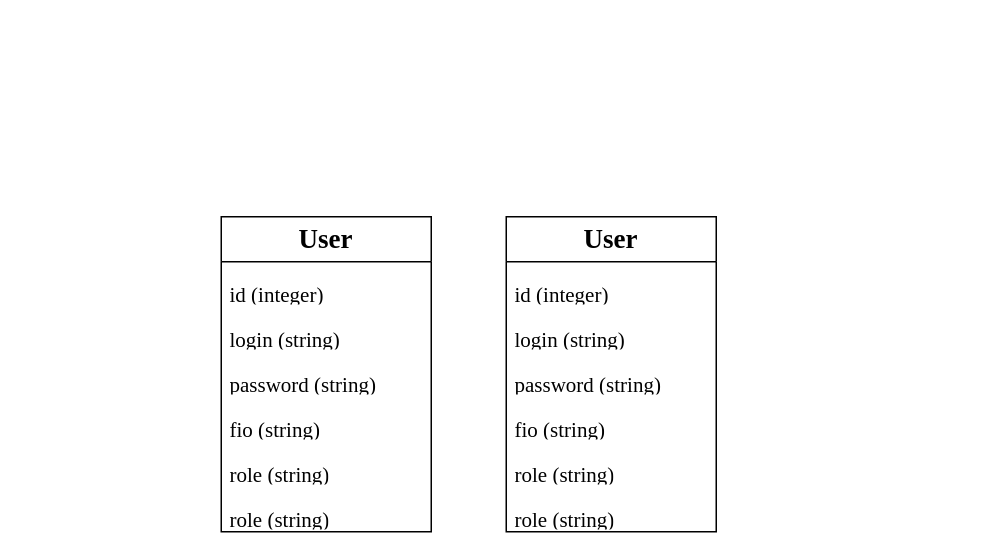
Before: Структура базы данных.drawio in KUZIY/diplom, a draw.io diagram. Source tidied: cells renumbered, new cells numbered last; positions are measured from the earlier drawing's top-left corner, leaving out a move shared by most shapes. Both pictures are drawn from the tidied source at 150%, with x=0, y=0 at pixel (220, 216).
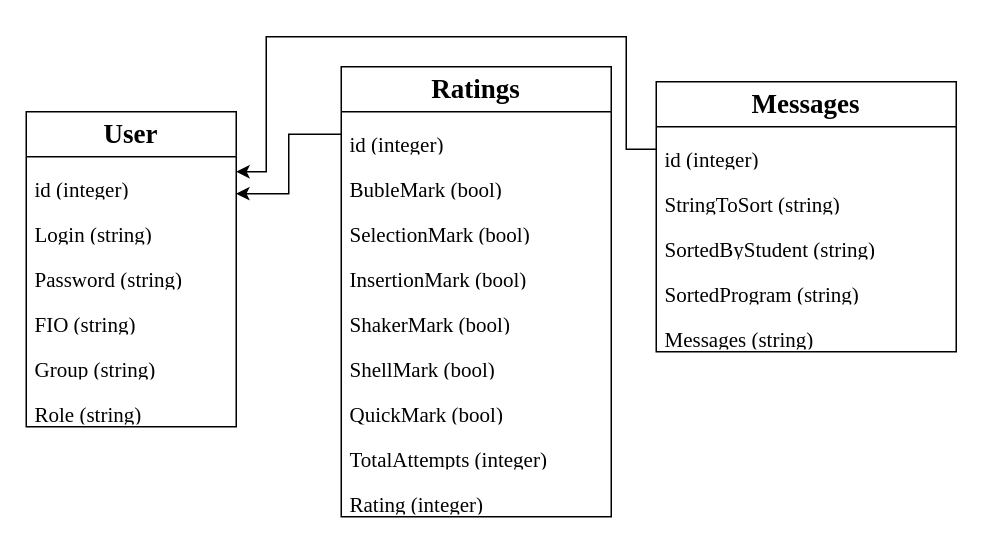
The same diagram, later.

The change refers to these unchanged cells:
```xml
<mxCell id="3" value="&lt;p&gt;&lt;font style=&quot;font-size: 14px;&quot; face=&quot;Times New Roman&quot;&gt;id (integer)&lt;/font&gt;&lt;/p&gt;" style="text;strokeColor=none;fillColor=none;align=left;verticalAlign=middle;spacingLeft=4;spacingRight=4;overflow=hidden;points=[[0,0.5],[1,0.5]];portConstraint=eastwest;whiteSpace=wrap;html=1;" parent="2" vertex="1">
  <mxGeometry y="30" width="140" height="30" as="geometry" />
</mxCell>
```

The edit, as a diff of the source:
```diff
@@
     <mxCell id="2" value="&lt;h2&gt;&lt;font face=&quot;Times New Roman&quot; style=&quot;vertical-align: inherit;&quot;&gt;User&lt;/font&gt;&lt;/h2&gt;" style="swimlane;fontStyle=0;horizontal=1;startSize=30;whiteSpace=wrap;html=1;" parent="1" vertex="1">
-      <mxGeometry width="140" height="210" as="geometry" />
+      <mxGeometry x="-130" y="-70" width="140" height="210" as="geometry" />
     </mxCell>
@@
-    <mxCell id="4" value="&lt;p&gt;&lt;font face=&quot;Times New Roman&quot; style=&quot;font-size: 14px;&quot;&gt;login (string)&lt;/font&gt;&lt;/p&gt;" style="text;strokeColor=none;fillColor=none;align=left;verticalAlign=middle;spacingLeft=4;spacingRight=4;overflow=hidden;whiteSpace=wrap;html=1;" parent="2" vertex="1">
+    <mxCell id="4" value="&lt;p&gt;&lt;font face=&quot;Times New Roman&quot; style=&quot;font-size: 14px;&quot;&gt;Login (string)&lt;/font&gt;&lt;/p&gt;" style="text;strokeColor=none;fillColor=none;align=left;verticalAlign=middle;spacingLeft=4;spacingRight=4;overflow=hidden;whiteSpace=wrap;html=1;" parent="2" vertex="1">
       <mxGeometry y="60" width="140" height="30" as="geometry" />
     </mxCell>
-    <mxCell id="5" value="&lt;p&gt;&lt;font style=&quot;font-size: 14px;&quot; face=&quot;Times New Roman&quot;&gt;password (string)&lt;/font&gt;&lt;/p&gt;" style="text;strokeColor=none;fillColor=none;align=left;verticalAlign=middle;spacingLeft=4;spacingRight=4;overflow=hidden;whiteSpace=wrap;html=1;" parent="2" vertex="1">
+    <mxCell id="5" value="&lt;p&gt;&lt;font style=&quot;font-size: 14px;&quot; face=&quot;Times New Roman&quot;&gt;Password (string)&lt;/font&gt;&lt;/p&gt;" style="text;strokeColor=none;fillColor=none;align=left;verticalAlign=middle;spacingLeft=4;spacingRight=4;overflow=hidden;whiteSpace=wrap;html=1;" parent="2" vertex="1">
       <mxGeometry y="90" width="140" height="30" as="geometry" />
     </mxCell>
-    <mxCell id="6" value="&lt;p&gt;&lt;font style=&quot;font-size: 14px;&quot; face=&quot;Times New Roman&quot;&gt;fio (string)&lt;/font&gt;&lt;/p&gt;" style="text;strokeColor=none;fillColor=none;align=left;verticalAlign=middle;spacingLeft=4;spacingRight=4;overflow=hidden;whiteSpace=wrap;html=1;" parent="2" vertex="1">
+    <mxCell id="6" value="&lt;p&gt;&lt;font style=&quot;font-size: 14px;&quot; face=&quot;Times New Roman&quot;&gt;FIO (string)&lt;/font&gt;&lt;/p&gt;" style="text;strokeColor=none;fillColor=none;align=left;verticalAlign=middle;spacingLeft=4;spacingRight=4;overflow=hidden;whiteSpace=wrap;html=1;" parent="2" vertex="1">
       <mxGeometry y="120" width="140" height="30" as="geometry" />
     </mxCell>
+    <mxCell id="16" value="&lt;p&gt;&lt;font style=&quot;font-size: 14px;&quot; face=&quot;Times New Roman&quot;&gt;Group (string)&lt;/font&gt;&lt;/p&gt;" style="text;strokeColor=none;fillColor=none;align=left;verticalAlign=middle;spacingLeft=4;spacingRight=4;overflow=hidden;whiteSpace=wrap;html=1;" parent="2" vertex="1">
+      <mxGeometry y="150" width="140" height="30" as="geometry" />
+    </mxCell>
-    <mxCell id="7" value="&lt;p&gt;&lt;font style=&quot;font-size: 14px;&quot; face=&quot;Times New Roman&quot;&gt;role (string)&lt;/font&gt;&lt;/p&gt;" style="text;strokeColor=none;fillColor=none;align=left;verticalAlign=middle;spacingLeft=4;spacingRight=4;overflow=hidden;whiteSpace=wrap;html=1;" parent="2" vertex="1">
-      <mxGeometry y="150" width="140" height="30" as="geometry" />
+    <mxCell id="7" value="&lt;p&gt;&lt;font style=&quot;font-size: 14px;&quot; face=&quot;Times New Roman&quot;&gt;Role (string)&lt;/font&gt;&lt;/p&gt;" style="text;strokeColor=none;fillColor=none;align=left;verticalAlign=middle;spacingLeft=4;spacingRight=4;overflow=hidden;whiteSpace=wrap;html=1;" parent="2" vertex="1">
+      <mxGeometry y="180" width="140" height="30" as="geometry" />
     </mxCell>
-    <mxCell id="8" value="&lt;p&gt;&lt;font style=&quot;font-size: 14px;&quot; face=&quot;Times New Roman&quot;&gt;role (string)&lt;/font&gt;&lt;/p&gt;" style="text;strokeColor=none;fillColor=none;align=left;verticalAlign=middle;spacingLeft=4;spacingRight=4;overflow=hidden;whiteSpace=wrap;html=1;" parent="2" vertex="1">
-      <mxGeometry y="180" width="140" height="30" as="geometry" />
-    </mxCell>
-    <mxCell id="9" value="&lt;h2&gt;&lt;font face=&quot;Times New Roman&quot; style=&quot;vertical-align: inherit;&quot;&gt;User&lt;/font&gt;&lt;/h2&gt;" style="swimlane;fontStyle=0;horizontal=1;startSize=30;whiteSpace=wrap;html=1;" parent="1" vertex="1">
-      <mxGeometry x="190" width="140" height="210" as="geometry" />
+    <mxCell id="9" value="&lt;h2&gt;&lt;font face=&quot;Times New Roman&quot;&gt;Ratings&lt;/font&gt;&lt;/h2&gt;" style="swimlane;fontStyle=0;horizontal=1;startSize=30;whiteSpace=wrap;html=1;" parent="1" vertex="1">
+      <mxGeometry x="80" y="-100" width="180" height="300" as="geometry" />
     </mxCell>
     <mxCell id="10" value="&lt;p&gt;&lt;font style=&quot;font-size: 14px;&quot; face=&quot;Times New Roman&quot;&gt;id (integer)&lt;/font&gt;&lt;/p&gt;" style="text;strokeColor=none;fillColor=none;align=left;verticalAlign=middle;spacingLeft=4;spacingRight=4;overflow=hidden;points=[[0,0.5],[1,0.5]];portConstraint=eastwest;whiteSpace=wrap;html=1;" parent="9" vertex="1">
-      <mxGeometry y="30" width="140" height="30" as="geometry" />
+      <mxGeometry y="30" width="180" height="30" as="geometry" />
     </mxCell>
-    <mxCell id="11" value="&lt;p&gt;&lt;font face=&quot;Times New Roman&quot; style=&quot;font-size: 14px;&quot;&gt;login (string)&lt;/font&gt;&lt;/p&gt;" style="text;strokeColor=none;fillColor=none;align=left;verticalAlign=middle;spacingLeft=4;spacingRight=4;overflow=hidden;whiteSpace=wrap;html=1;" parent="9" vertex="1">
-      <mxGeometry y="60" width="140" height="30" as="geometry" />
+    <mxCell id="11" value="&lt;p&gt;&lt;font face=&quot;Times New Roman&quot; style=&quot;font-size: 14px;&quot;&gt;BubleMark (bool)&lt;/font&gt;&lt;/p&gt;" style="text;strokeColor=none;fillColor=none;align=left;verticalAlign=middle;spacingLeft=4;spacingRight=4;overflow=hidden;whiteSpace=wrap;html=1;" parent="9" vertex="1">
+      <mxGeometry y="60" width="180" height="30" as="geometry" />
     </mxCell>
-    <mxCell id="12" value="&lt;p&gt;&lt;font style=&quot;font-size: 14px;&quot; face=&quot;Times New Roman&quot;&gt;password (string)&lt;/font&gt;&lt;/p&gt;" style="text;strokeColor=none;fillColor=none;align=left;verticalAlign=middle;spacingLeft=4;spacingRight=4;overflow=hidden;whiteSpace=wrap;html=1;" parent="9" vertex="1">
-      <mxGeometry y="90" width="140" height="30" as="geometry" />
+    <mxCell id="12" value="&lt;p&gt;&lt;font face=&quot;Times New Roman&quot; style=&quot;font-size: 14px;&quot;&gt;SelectionMark (bool)&lt;/font&gt;&lt;br&gt;&lt;/p&gt;" style="text;strokeColor=none;fillColor=none;align=left;verticalAlign=middle;spacingLeft=4;spacingRight=4;overflow=hidden;whiteSpace=wrap;html=1;" parent="9" vertex="1">
+      <mxGeometry y="90" width="180" height="30" as="geometry" />
     </mxCell>
-    <mxCell id="13" value="&lt;p&gt;&lt;font style=&quot;font-size: 14px;&quot; face=&quot;Times New Roman&quot;&gt;fio (string)&lt;/font&gt;&lt;/p&gt;" style="text;strokeColor=none;fillColor=none;align=left;verticalAlign=middle;spacingLeft=4;spacingRight=4;overflow=hidden;whiteSpace=wrap;html=1;" parent="9" vertex="1">
-      <mxGeometry y="120" width="140" height="30" as="geometry" />
-    </mxCell>
-    <mxCell id="14" value="&lt;p&gt;&lt;font style=&quot;font-size: 14px;&quot; face=&quot;Times New Roman&quot;&gt;role (string)&lt;/font&gt;&lt;/p&gt;" style="text;strokeColor=none;fillColor=none;align=left;verticalAlign=middle;spacingLeft=4;spacingRight=4;overflow=hidden;whiteSpace=wrap;html=1;" parent="9" vertex="1">
-      <mxGeometry y="150" width="140" height="30" as="geometry" />
+    <mxCell id="14" value="&lt;p&gt;&lt;font face=&quot;Times New Roman&quot; style=&quot;font-size: 14px;&quot;&gt;InsertionMark (bool)&lt;/font&gt;&lt;br&gt;&lt;/p&gt;" style="text;strokeColor=none;fillColor=none;align=left;verticalAlign=middle;spacingLeft=4;spacingRight=4;overflow=hidden;whiteSpace=wrap;html=1;" parent="9" vertex="1">
+      <mxGeometry y="120" width="180" height="30" as="geometry" />
     </mxCell>
-    <mxCell id="15" value="&lt;p&gt;&lt;font style=&quot;font-size: 14px;&quot; face=&quot;Times New Roman&quot;&gt;role (string)&lt;/font&gt;&lt;/p&gt;" style="text;strokeColor=none;fillColor=none;align=left;verticalAlign=middle;spacingLeft=4;spacingRight=4;overflow=hidden;whiteSpace=wrap;html=1;" parent="9" vertex="1">
-      <mxGeometry y="180" width="140" height="30" as="geometry" />
+    <mxCell id="15" value="&lt;p&gt;&lt;font face=&quot;Times New Roman&quot; style=&quot;font-size: 14px;&quot;&gt;ShakerMark (bool)&lt;/font&gt;&lt;br&gt;&lt;/p&gt;" style="text;strokeColor=none;fillColor=none;align=left;verticalAlign=middle;spacingLeft=4;spacingRight=4;overflow=hidden;whiteSpace=wrap;html=1;" parent="9" vertex="1">
+      <mxGeometry y="150" width="180" height="30" as="geometry" />
     </mxCell>
+    <mxCell id="17" value="&lt;p&gt;&lt;font face=&quot;Times New Roman&quot; style=&quot;font-size: 14px;&quot;&gt;ShellMark (bool)&lt;/font&gt;&lt;br&gt;&lt;/p&gt;" style="text;strokeColor=none;fillColor=none;align=left;verticalAlign=middle;spacingLeft=4;spacingRight=4;overflow=hidden;whiteSpace=wrap;html=1;" parent="9" vertex="1">
+      <mxGeometry y="180" width="180" height="30" as="geometry" />
+    </mxCell>
+    <mxCell id="18" value="&lt;p&gt;&lt;font face=&quot;Times New Roman&quot; style=&quot;font-size: 14px;&quot;&gt;QuickMark (bool)&lt;/font&gt;&lt;br&gt;&lt;/p&gt;" style="text;strokeColor=none;fillColor=none;align=left;verticalAlign=middle;spacingLeft=4;spacingRight=4;overflow=hidden;whiteSpace=wrap;html=1;" parent="9" vertex="1">
+      <mxGeometry y="210" width="180" height="30" as="geometry" />
+    </mxCell>
+    <mxCell id="19" value="&lt;p&gt;&lt;font face=&quot;Times New Roman&quot; style=&quot;font-size: 14px;&quot;&gt;TotalAttempts (&lt;/font&gt;&lt;font face=&quot;Times New Roman&quot; style=&quot;font-size: 14px;&quot;&gt;integer&lt;/font&gt;&lt;font face=&quot;Times New Roman&quot; style=&quot;font-size: 14px;&quot;&gt;)&lt;/font&gt;&lt;br&gt;&lt;/p&gt;" style="text;strokeColor=none;fillColor=none;align=left;verticalAlign=middle;spacingLeft=4;spacingRight=4;overflow=hidden;whiteSpace=wrap;html=1;" parent="9" vertex="1">
+      <mxGeometry y="240" width="180" height="30" as="geometry" />
+    </mxCell>
+    <mxCell id="20" value="&lt;p&gt;&lt;font face=&quot;Times New Roman&quot; style=&quot;font-size: 14px;&quot;&gt;Rating (&lt;/font&gt;&lt;font face=&quot;Times New Roman&quot; style=&quot;font-size: 14px;&quot;&gt;integer&lt;/font&gt;&lt;font face=&quot;Times New Roman&quot; style=&quot;font-size: 14px;&quot;&gt;)&lt;/font&gt;&lt;br&gt;&lt;/p&gt;" style="text;strokeColor=none;fillColor=none;align=left;verticalAlign=middle;spacingLeft=4;spacingRight=4;overflow=hidden;whiteSpace=wrap;html=1;" parent="9" vertex="1">
+      <mxGeometry y="270" width="180" height="30" as="geometry" />
+    </mxCell>
+    <mxCell id="21" value="&lt;h2&gt;&lt;font face=&quot;Times New Roman&quot;&gt;Messages&lt;/font&gt;&lt;/h2&gt;" style="swimlane;fontStyle=0;horizontal=1;startSize=30;whiteSpace=wrap;html=1;" parent="1" vertex="1">
+      <mxGeometry x="290" y="-90" width="200" height="180" as="geometry" />
+    </mxCell>
+    <mxCell id="22" value="&lt;p&gt;&lt;font style=&quot;font-size: 14px;&quot; face=&quot;Times New Roman&quot;&gt;id (integer)&lt;/font&gt;&lt;/p&gt;" style="text;strokeColor=none;fillColor=none;align=left;verticalAlign=middle;spacingLeft=4;spacingRight=4;overflow=hidden;points=[[0,0.5],[1,0.5]];portConstraint=eastwest;whiteSpace=wrap;html=1;" parent="21" vertex="1">
+      <mxGeometry y="30" width="200" height="30" as="geometry" />
+    </mxCell>
+    <mxCell id="23" value="&lt;p&gt;&lt;font face=&quot;Times New Roman&quot; style=&quot;font-size: 14px;&quot;&gt;StringToSort (string)&lt;/font&gt;&lt;/p&gt;" style="text;strokeColor=none;fillColor=none;align=left;verticalAlign=middle;spacingLeft=4;spacingRight=4;overflow=hidden;whiteSpace=wrap;html=1;" parent="21" vertex="1">
+      <mxGeometry y="60" width="200" height="30" as="geometry" />
+    </mxCell>
+    <mxCell id="24" value="&lt;p&gt;&lt;font style=&quot;font-size: 14px;&quot; face=&quot;Times New Roman&quot;&gt;SortedByStudent (string)&lt;/font&gt;&lt;/p&gt;" style="text;strokeColor=none;fillColor=none;align=left;verticalAlign=middle;spacingLeft=4;spacingRight=4;overflow=hidden;whiteSpace=wrap;html=1;" parent="21" vertex="1">
+      <mxGeometry y="90" width="200" height="30" as="geometry" />
+    </mxCell>
+    <mxCell id="25" value="&lt;p&gt;&lt;font style=&quot;font-size: 14px;&quot; face=&quot;Times New Roman&quot;&gt;SortedProgram (string)&lt;/font&gt;&lt;/p&gt;" style="text;strokeColor=none;fillColor=none;align=left;verticalAlign=middle;spacingLeft=4;spacingRight=4;overflow=hidden;whiteSpace=wrap;html=1;" parent="21" vertex="1">
+      <mxGeometry y="120" width="200" height="30" as="geometry" />
+    </mxCell>
+    <mxCell id="26" value="&lt;p&gt;&lt;font style=&quot;font-size: 14px;&quot; face=&quot;Times New Roman&quot;&gt;Messages (string)&lt;/font&gt;&lt;/p&gt;" style="text;strokeColor=none;fillColor=none;align=left;verticalAlign=middle;spacingLeft=4;spacingRight=4;overflow=hidden;whiteSpace=wrap;html=1;" parent="21" vertex="1">
+      <mxGeometry y="150" width="200" height="30" as="geometry" />
+    </mxCell>
+    <mxCell id="27" style="edgeStyle=orthogonalEdgeStyle;rounded=0;jettySize=auto;html=1;" parent="1" edge="1" source="22">
+      <mxGeometry relative="1" as="geometry">
+        <mxPoint x="10" y="-30" as="targetPoint" />
+        <Array as="points">
+          <mxPoint x="270" y="-45" />
+          <mxPoint x="270" y="-120" />
+          <mxPoint x="30" y="-120" />
+          <mxPoint x="30" y="-30" />
+        </Array>
+      </mxGeometry>
+    </mxCell>
+    <mxCell id="28" style="edgeStyle=orthogonalEdgeStyle;rounded=0;jettySize=auto;html=1;entryX=0.999;entryY=0.82;entryDx=0;entryDy=0;entryPerimeter=0;" parent="1" edge="1" source="10" target="3">
+      <mxGeometry relative="1" as="geometry" />
+    </mxCell>
```
